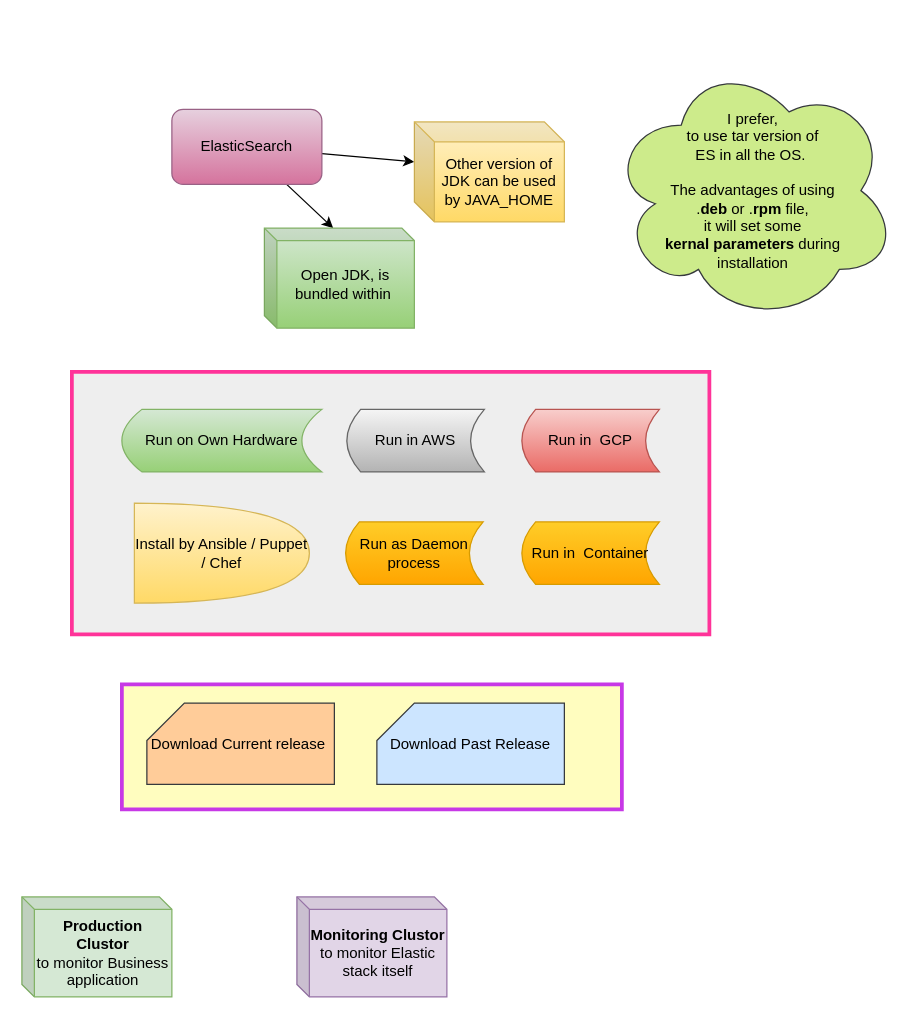
The draw.io diagram page "SET up" (1 of 13) of My Articles/elastic stack/ElasticSearch Administration.drawio in paramothers/books, before the edit. Source tidied: cells renumbered, new cells numbered last; positions are measured from the earlier drawing's top-left corner, leaving out a move shared by most shapes. Both pictures are drawn from the tidied source at 125%, with x=0, y=0 at pixel (21, 59).
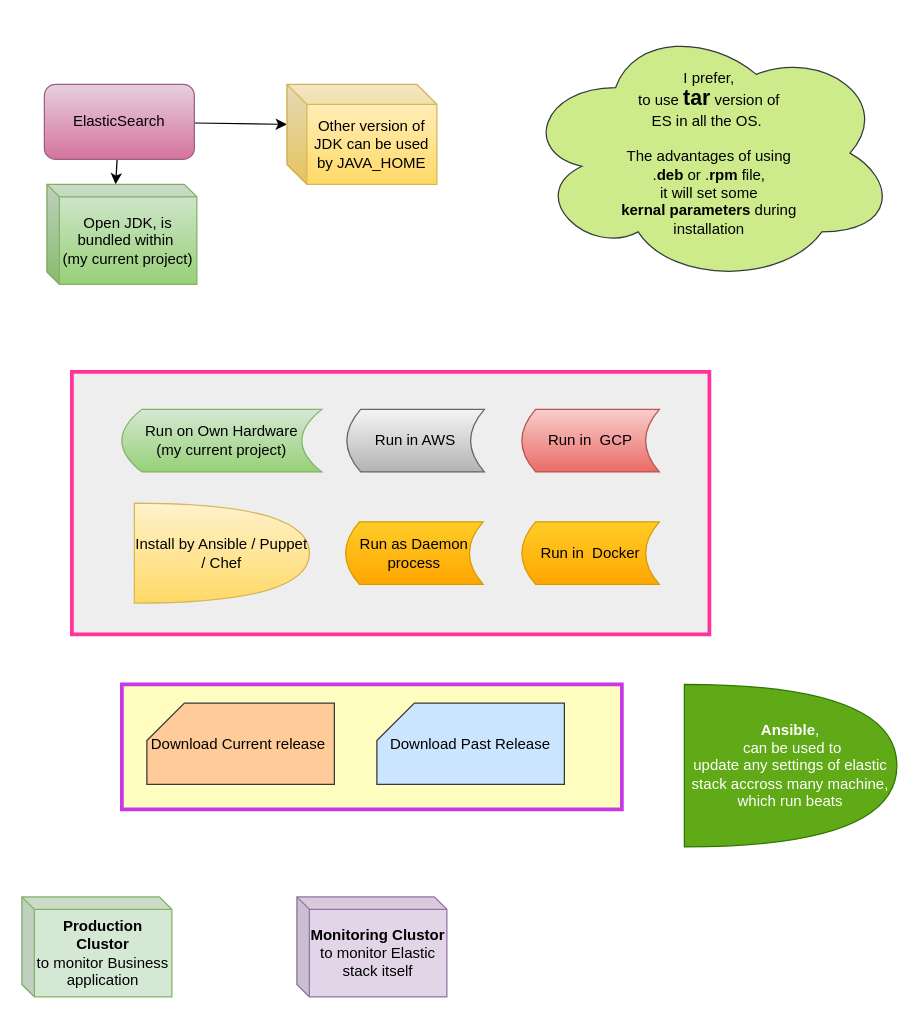
After the change.

What changed in the source:
```diff
@@
     <mxCell id="6" value="ElasticSearch" style="rounded=1;whiteSpace=wrap;html=1;gradientColor=#d5739d;fillColor=#e6d0de;strokeColor=#996185;" parent="1" vertex="1">
-      <mxGeometry x="120" y="40" width="120" height="60" as="geometry" />
+      <mxGeometry x="18" y="20" width="120" height="60" as="geometry" />
     </mxCell>
-    <mxCell id="7" value="Open JDK, is bundled within&amp;nbsp;" style="shape=cube;whiteSpace=wrap;html=1;boundedLbl=1;backgroundOutline=1;darkOpacity=0.05;darkOpacity2=0.1;size=10;gradientColor=#97d077;fillColor=#d5e8d4;strokeColor=#82b366;" parent="1" vertex="1">
-      <mxGeometry x="194" y="135" width="120" height="80" as="geometry" />
+    <mxCell id="7" value="Open JDK, is bundled within&amp;nbsp;&lt;br&gt;(my current project)" style="shape=cube;whiteSpace=wrap;html=1;boundedLbl=1;backgroundOutline=1;darkOpacity=0.05;darkOpacity2=0.1;size=10;gradientColor=#97d077;fillColor=#d5e8d4;strokeColor=#82b366;" parent="1" vertex="1">
+      <mxGeometry x="20" y="100" width="120" height="80" as="geometry" />
     </mxCell>
     <mxCell id="8" value="Other version of JDK can be used by JAVA_HOME" style="shape=cube;whiteSpace=wrap;html=1;boundedLbl=1;backgroundOutline=1;darkOpacity=0.05;darkOpacity2=0.1;size=16;gradientColor=#ffd966;fillColor=#fff2cc;strokeColor=#d6b656;" parent="1" vertex="1">
-      <mxGeometry x="314" y="50" width="120" height="80" as="geometry" />
+      <mxGeometry x="212" y="20" width="120" height="80" as="geometry" />
     </mxCell>
-    <mxCell id="9" value="Run on Own Hardware" style="shape=dataStorage;whiteSpace=wrap;html=1;gradientColor=#97d077;fillColor=#d5e8d4;strokeColor=#82b366;" parent="1" vertex="1">
+    <mxCell id="9" value="Run on Own Hardware&lt;br&gt;(my current project)" style="shape=dataStorage;whiteSpace=wrap;html=1;gradientColor=#97d077;fillColor=#d5e8d4;strokeColor=#82b366;" parent="1" vertex="1">
       <mxGeometry x="80" y="280" width="160" height="50" as="geometry" />
     </mxCell>
@@
-    <mxCell id="13" value="I prefer, &lt;br&gt;to use tar version of &lt;br&gt;ES in all the OS.&amp;nbsp; &lt;br&gt;&lt;br&gt;The advantages of using &lt;br&gt;.&lt;b&gt;deb&lt;/b&gt; or .&lt;b&gt;rpm&lt;/b&gt; file, &lt;br&gt;it will set some &lt;br&gt;&lt;b&gt;kernal parameters&lt;/b&gt; during &lt;br&gt;installation" style="ellipse;shape=cloud;whiteSpace=wrap;html=1;fillColor=#cdeb8b;strokeColor=#36393d;" parent="1" vertex="1">
-      <mxGeometry x="470" width="230" height="210" as="geometry" />
+    <mxCell id="13" value="I prefer, &lt;br&gt;to use &lt;b&gt;&lt;font style=&quot;font-size: 17px&quot;&gt;tar&lt;/font&gt;&lt;/b&gt; version of &lt;br&gt;ES in all the OS.&amp;nbsp; &lt;br&gt;&lt;br&gt;The advantages of using &lt;br&gt;.&lt;b&gt;deb&lt;/b&gt; or .&lt;b&gt;rpm&lt;/b&gt; file, &lt;br&gt;it will set some &lt;br&gt;&lt;b&gt;kernal parameters&lt;/b&gt; during &lt;br&gt;installation" style="ellipse;shape=cloud;whiteSpace=wrap;html=1;fillColor=#cdeb8b;strokeColor=#36393d;" parent="1" vertex="1">
+      <mxGeometry x="400" y="-30" width="300" height="210" as="geometry" />
     </mxCell>
@@
-    <mxCell id="16" value="Run in&amp;nbsp; Container" style="shape=dataStorage;whiteSpace=wrap;html=1;gradientColor=#ffa500;fillColor=#ffcd28;strokeColor=#d79b00;" parent="1" vertex="1">
+    <mxCell id="16" value="Run in&amp;nbsp; Docker" style="shape=dataStorage;whiteSpace=wrap;html=1;gradientColor=#ffa500;fillColor=#ffcd28;strokeColor=#d79b00;" parent="1" vertex="1">
       <mxGeometry x="400" y="370" width="110" height="50" as="geometry" />
     </mxCell>
@@
+    <mxCell id="20" value="&lt;b&gt;Ansible&lt;/b&gt;,&lt;br&gt;&amp;nbsp;can be used to &lt;br&gt;update any settings of elastic stack accross many machine, which run beats" style="shape=or;whiteSpace=wrap;html=1;fillColor=#60a917;strokeColor=#2D7600;fontColor=#ffffff;" parent="1" vertex="1">
+      <mxGeometry x="530" y="500" width="170" height="130" as="geometry" />
+    </mxCell>
```
